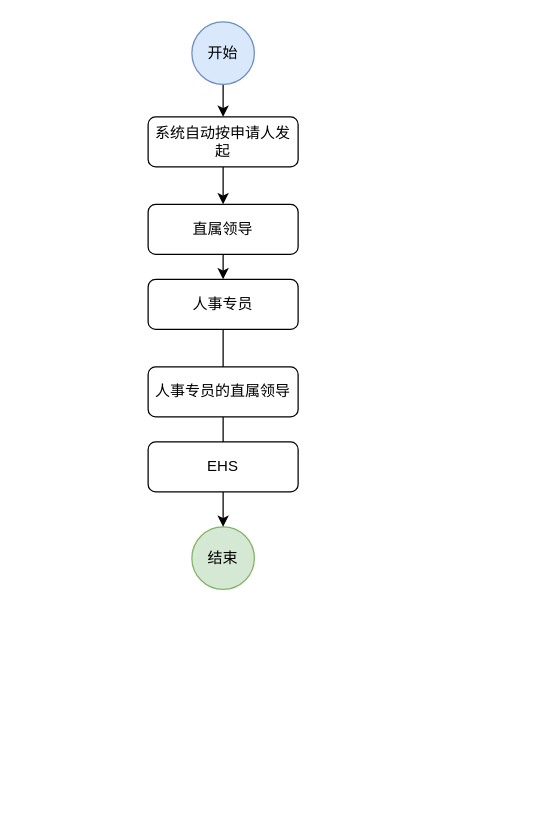
This is 危害岗位体检提醒单.drawio from pbm0802/GitIDEATest, a draw.io file, before an edit. Source tidied: cells renumbered, new cells numbered last; positions are measured from the earlier drawing's top-left corner, leaving out a move shared by most shapes. Both pictures are drawn from the tidied source at 125%, with x=0, y=0 at pixel (148, 21).
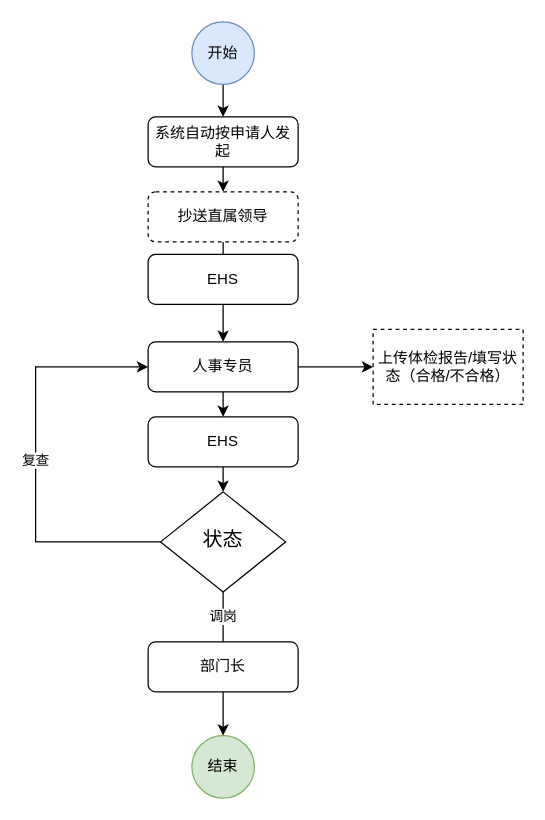
The same diagram, later.

Commit message:
更新危害岗位体检提醒单.drawio

Diff of the diagram source:
```diff
@@
     <mxCell id="6" value="结束" style="ellipse;whiteSpace=wrap;html=1;fillColor=#d5e8d4;strokeColor=#82b366;" parent="1" vertex="1">
-      <mxGeometry x="35" y="404" width="50" height="50" as="geometry" />
+      <mxGeometry x="35" y="571" width="50" height="50" as="geometry" />
     </mxCell>
-    <mxCell id="7" style="edgeStyle=orthogonalEdgeStyle;rounded=0;jettySize=auto;html=1;exitX=0.5;exitY=1;exitDx=0;exitDy=0;entryX=0.5;entryY=0;entryDx=0;entryDy=0;" parent="1" edge="1" source="10" target="6">
-      <mxGeometry relative="1" as="geometry" />
+    <mxCell id="7" value="调岗" style="edgeStyle=orthogonalEdgeStyle;rounded=0;jettySize=auto;html=1;exitX=0.5;exitY=1;exitDx=0;exitDy=0;entryX=0.5;entryY=0;entryDx=0;entryDy=0;" parent="1" edge="1" source="19" target="6">
+      <mxGeometry x="-0.65" relative="1" as="geometry" />
     </mxCell>
-    <mxCell id="8" value="直属领导" style="rounded=1;whiteSpace=wrap;html=1;fontSize=12;glass=0;strokeWidth=1;shadow=0;" parent="1" vertex="1">
-      <mxGeometry y="146" width="120" height="40" as="geometry" />
+    <mxCell id="8" value="抄送直属领导" style="rounded=1;whiteSpace=wrap;html=1;fontSize=12;glass=0;strokeWidth=1;shadow=0;dashed=1;" parent="1" vertex="1">
+      <mxGeometry y="136" width="120" height="40" as="geometry" />
     </mxCell>
@@
+    <mxCell id="13" style="edgeStyle=orthogonalEdgeStyle;rounded=0;jettySize=auto;html=1;" parent="1" edge="1" source="10">
+      <mxGeometry relative="1" as="geometry">
+        <mxPoint x="180" y="276" as="targetPoint" />
+      </mxGeometry>
+    </mxCell>
+    <mxCell id="14" style="edgeStyle=orthogonalEdgeStyle;rounded=0;jettySize=auto;html=1;exitX=0.5;exitY=1;exitDx=0;exitDy=0;entryX=0.5;entryY=0;entryDx=0;entryDy=0;" parent="1" edge="1" source="10" target="12">
+      <mxGeometry relative="1" as="geometry" />
+    </mxCell>
     <mxCell id="10" value="人事专员" style="rounded=1;whiteSpace=wrap;html=1;fontSize=12;glass=0;strokeWidth=1;shadow=0;" parent="1" vertex="1">
-      <mxGeometry y="206" width="120" height="40" as="geometry" />
+      <mxGeometry y="256" width="120" height="40" as="geometry" />
     </mxCell>
-    <mxCell id="11" value="人事专员的直属领导" style="rounded=1;whiteSpace=wrap;html=1;fontSize=12;glass=0;strokeWidth=1;shadow=0;" parent="1" vertex="1">
-      <mxGeometry y="276" width="120" height="40" as="geometry" />
-    </mxCell>
+    <mxCell id="15" style="edgeStyle=orthogonalEdgeStyle;rounded=0;jettySize=auto;html=1;exitX=0.5;exitY=1;exitDx=0;exitDy=0;entryX=0.5;entryY=0;entryDx=0;entryDy=0;" parent="1" edge="1" source="12" target="19">
+      <mxGeometry relative="1" as="geometry" />
+    </mxCell>
     <mxCell id="12" value="EHS" style="rounded=1;whiteSpace=wrap;html=1;fontSize=12;glass=0;strokeWidth=1;shadow=0;" parent="1" vertex="1">
-      <mxGeometry y="336" width="120" height="40" as="geometry" />
+      <mxGeometry y="316" width="120" height="40" as="geometry" />
     </mxCell>
+    <mxCell id="16" value="EHS" style="rounded=1;whiteSpace=wrap;html=1;fontSize=12;glass=0;strokeWidth=1;shadow=0;" parent="1" vertex="1">
+      <mxGeometry y="186" width="120" height="40" as="geometry" />
+    </mxCell>
+    <mxCell id="17" value="上传体检报告/填写状态（合格/不合格）" style="rounded=0;whiteSpace=wrap;html=1;dashed=1;" parent="1" vertex="1">
+      <mxGeometry x="180" y="246" width="120" height="60" as="geometry" />
+    </mxCell>
+    <mxCell id="18" value="复查" style="edgeStyle=orthogonalEdgeStyle;rounded=0;jettySize=auto;html=1;exitX=0;exitY=0.5;exitDx=0;exitDy=0;entryX=0;entryY=0.5;entryDx=0;entryDy=0;" parent="1" edge="1" source="19" target="10">
+      <mxGeometry relative="1" as="geometry">
+        <Array as="points">
+          <mxPoint x="-90" y="416" />
+          <mxPoint x="-90" y="276" />
+        </Array>
+      </mxGeometry>
+    </mxCell>
+    <mxCell id="19" value="状态" style="rhombus;whiteSpace=wrap;html=1;shadow=0;fontFamily=Helvetica;fontSize=16;align=center;strokeWidth=1;spacing=6;spacingTop=-4;" parent="1" vertex="1">
+      <mxGeometry x="10" y="376" width="100" height="80" as="geometry" />
+    </mxCell>
+    <mxCell id="20" value="部门长" style="rounded=1;whiteSpace=wrap;html=1;fontSize=12;glass=0;strokeWidth=1;shadow=0;" parent="1" vertex="1">
+      <mxGeometry y="496" width="120" height="40" as="geometry" />
+    </mxCell>
```
